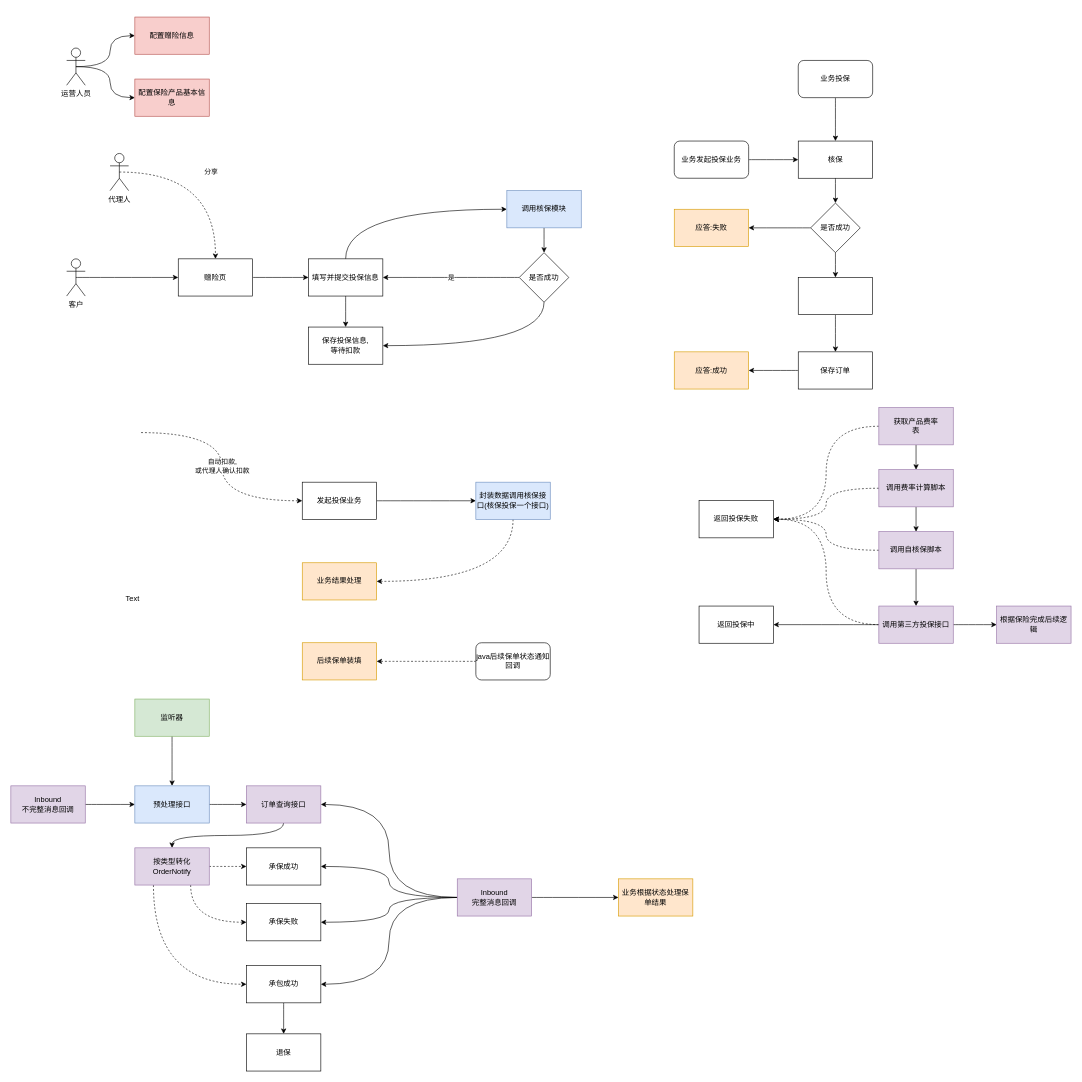
Before: StudyDemo/src/一份完整的赠险流程.drawio in keyeze/StudyPlace, a draw.io diagram. Source tidied: cells renumbered, new cells numbered last; positions are measured from the earlier drawing's top-left corner, leaving out a move shared by most shapes. Both pictures are drawn from the tidied source at 62%, with x=0, y=0 at pixel (11, 17).
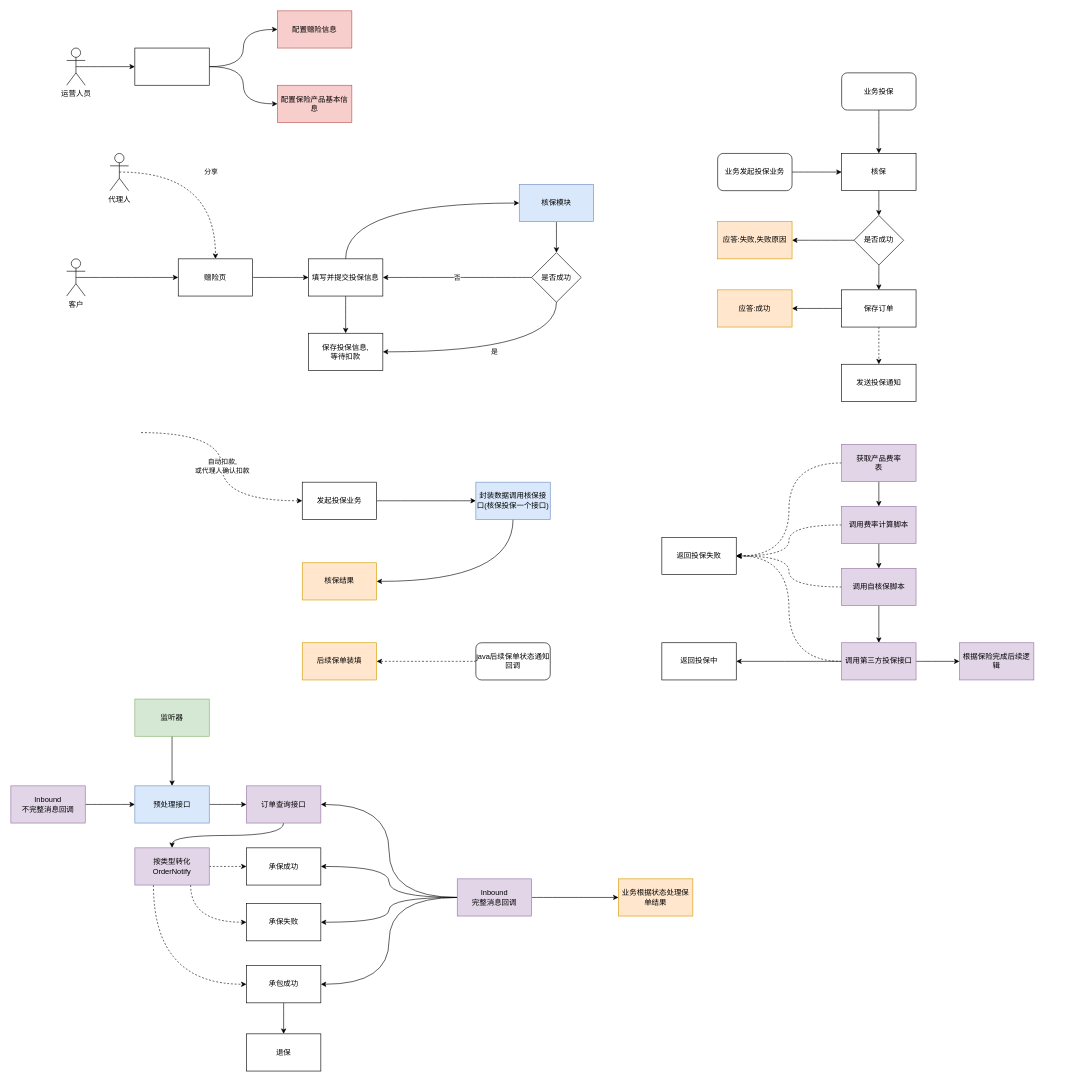
The same page after the edit.

Commit message:
更新一份完整的赠险流程.drawio

Unchanged cells that the change refers to:
```xml
<mxCell id="4" value="运营人员" style="shape=umlActor;verticalLabelPosition=bottom;labelBackgroundColor=#ffffff;verticalAlign=top;html=1;outlineConnect=0;" parent="1" vertex="1">
  <mxGeometry x="90" y="50" width="30" height="60" as="geometry" />
</mxCell>
<mxCell id="15" value="填写并提交投保信息" style="rounded=0;whiteSpace=wrap;html=1;" parent="1" vertex="1">
  <mxGeometry x="480" y="390" width="120" height="60" as="geometry" />
</mxCell>
<mxCell id="21" value="封装数据调用核保接口(核保投保一个接口)" style="rounded=0;whiteSpace=wrap;html=1;fillColor=#dae8fc;strokeColor=#6c8ebf;" parent="1" vertex="1">
  <mxGeometry x="750" y="750.2" width="120" height="60" as="geometry" />
</mxCell>
```

The edit, as a diff of the source:
```diff
@@
-    <mxCell id="2" style="edgeStyle=orthogonalEdgeStyle;curved=1;jettySize=auto;html=1;exitX=0.5;exitY=0.5;exitDx=0;exitDy=0;exitPerimeter=0;entryX=0;entryY=0.5;entryDx=0;entryDy=0;" parent="1" edge="1" source="4" target="5">
+    <mxCell id="2" style="edgeStyle=orthogonalEdgeStyle;curved=1;jettySize=auto;html=1;exitX=1;exitY=0.5;exitDx=0;exitDy=0;entryX=0;entryY=0.5;entryDx=0;entryDy=0;" parent="1" edge="1" source="87" target="5">
       <mxGeometry relative="1" as="geometry" />
     </mxCell>
-    <mxCell id="3" style="edgeStyle=orthogonalEdgeStyle;curved=1;jettySize=auto;html=1;exitX=0.5;exitY=0.5;exitDx=0;exitDy=0;exitPerimeter=0;entryX=0;entryY=0.5;entryDx=0;entryDy=0;" parent="1" edge="1" source="4" target="6">
+    <mxCell id="3" style="edgeStyle=orthogonalEdgeStyle;curved=1;jettySize=auto;html=1;exitX=1;exitY=0.5;exitDx=0;exitDy=0;entryX=0;entryY=0.5;entryDx=0;entryDy=0;" parent="1" edge="1" source="87" target="6">
       <mxGeometry relative="1" as="geometry" />
     </mxCell>
@@
     <mxCell id="5" value="配置赠险信息" style="rounded=0;whiteSpace=wrap;html=1;fillColor=#f8cecc;strokeColor=#b85450;" parent="1" vertex="1">
-      <mxGeometry x="200" width="120" height="60" as="geometry" />
+      <mxGeometry x="430" y="-10" width="120" height="60" as="geometry" />
     </mxCell>
     <mxCell id="6" value="配置保险产品基本信息" style="rounded=0;whiteSpace=wrap;html=1;fillColor=#f8cecc;strokeColor=#b85450;" parent="1" vertex="1">
-      <mxGeometry x="200" y="100" width="120" height="60" as="geometry" />
+      <mxGeometry x="430" y="110" width="120" height="60" as="geometry" />
     </mxCell>
@@
     <mxCell id="16" value="保存投保信息,&lt;br&gt;等待扣款" style="rounded=0;whiteSpace=wrap;html=1;" parent="1" vertex="1">
-      <mxGeometry x="480" y="500" width="120" height="60" as="geometry" />
+      <mxGeometry x="480" y="510" width="120" height="60" as="geometry" />
     </mxCell>
@@
-    <mxCell id="20" style="edgeStyle=orthogonalEdgeStyle;curved=1;jettySize=auto;html=1;exitX=0.5;exitY=1;exitDx=0;exitDy=0;entryX=1;entryY=0.5;entryDx=0;entryDy=0;dashed=1;strokeColor=#000000;" parent="1" edge="1" source="21" target="63">
+    <mxCell id="20" style="edgeStyle=orthogonalEdgeStyle;curved=1;jettySize=auto;html=1;exitX=0.5;exitY=1;exitDx=0;exitDy=0;entryX=1;entryY=0.5;entryDx=0;entryDy=0;strokeColor=#000000;" parent="1" edge="1" source="21" target="63">
       <mxGeometry relative="1" as="geometry" />
     </mxCell>
@@
     <mxCell id="48" value="获取产品费率&lt;br&gt;表" style="rounded=0;whiteSpace=wrap;html=1;fillColor=#e1d5e7;strokeColor=#9673a6;" parent="1" vertex="1">
-      <mxGeometry x="1400" y="630" width="120" height="60" as="geometry" />
+      <mxGeometry x="1340" y="689.2" width="120" height="60" as="geometry" />
     </mxCell>
@@
     <mxCell id="51" value="调用费率计算脚本" style="rounded=0;whiteSpace=wrap;html=1;fillColor=#e1d5e7;strokeColor=#9673a6;" parent="1" vertex="1">
-      <mxGeometry x="1400" y="730" width="120" height="60" as="geometry" />
+      <mxGeometry x="1340" y="789.2" width="120" height="60" as="geometry" />
     </mxCell>
@@
     <mxCell id="54" value="调用自核保脚本" style="rounded=0;whiteSpace=wrap;html=1;fillColor=#e1d5e7;strokeColor=#9673a6;" parent="1" vertex="1">
-      <mxGeometry x="1400" y="830" width="120" height="60" as="geometry" />
+      <mxGeometry x="1340" y="889.2" width="120" height="60" as="geometry" />
     </mxCell>
@@
     <mxCell id="58" value="调用第三方投保接口" style="rounded=0;whiteSpace=wrap;html=1;fillColor=#e1d5e7;strokeColor=#9673a6;" parent="1" vertex="1">
-      <mxGeometry x="1400" y="950" width="120" height="60" as="geometry" />
+      <mxGeometry x="1340" y="1009.2" width="120" height="60" as="geometry" />
     </mxCell>
     <mxCell id="59" value="返回投保中" style="rounded=0;whiteSpace=wrap;html=1;" parent="1" vertex="1">
-      <mxGeometry x="1110" y="950" width="120" height="60" as="geometry" />
+      <mxGeometry x="1050" y="1009.2" width="120" height="60" as="geometry" />
     </mxCell>
     <mxCell id="60" value="返回投保失败" style="rounded=0;whiteSpace=wrap;html=1;" parent="1" vertex="1">
-      <mxGeometry x="1110" y="780" width="120" height="60" as="geometry" />
+      <mxGeometry x="1050" y="839.2" width="120" height="60" as="geometry" />
     </mxCell>
@@
     <mxCell id="62" value="业务投保" style="rounded=1;whiteSpace=wrap;html=1;" parent="1" vertex="1">
-      <mxGeometry x="1270" y="70" width="120" height="60" as="geometry" />
+      <mxGeometry x="1340" y="90" width="120" height="60" as="geometry" />
     </mxCell>
-    <mxCell id="63" value="业务结果处理" style="rounded=0;whiteSpace=wrap;html=1;fillColor=#ffe6cc;strokeColor=#d79b00;" parent="1" vertex="1">
+    <mxCell id="63" value="核保结果" style="rounded=0;whiteSpace=wrap;html=1;fillColor=#ffe6cc;strokeColor=#d79b00;" parent="1" vertex="1">
       <mxGeometry x="470" y="880.2" width="120" height="60" as="geometry" />
     </mxCell>
     <mxCell id="64" value="根据保险完成后续逻辑" style="rounded=0;whiteSpace=wrap;html=1;fillColor=#e1d5e7;strokeColor=#9673a6;" parent="1" vertex="1">
-      <mxGeometry x="1590" y="950" width="120" height="60" as="geometry" />
+      <mxGeometry x="1530" y="1009.2" width="120" height="60" as="geometry" />
     </mxCell>
@@
-    <mxCell id="68" style="edgeStyle=orthogonalEdgeStyle;curved=1;jettySize=auto;html=1;exitX=0;exitY=0.5;exitDx=0;exitDy=0;entryX=1;entryY=0.5;entryDx=0;entryDy=0;" parent="1" edge="1" source="73" target="70">
+    <mxCell id="68" style="edgeStyle=orthogonalEdgeStyle;curved=1;jettySize=auto;html=1;exitX=0;exitY=0.5;exitDx=0;exitDy=0;entryX=1;entryY=0.5;entryDx=0;entryDy=0;" parent="1" edge="1" source="85" target="70">
       <mxGeometry relative="1" as="geometry" />
     </mxCell>
     <mxCell id="69" value="核保" style="rounded=0;whiteSpace=wrap;html=1;" parent="1" vertex="1">
-      <mxGeometry x="1270" y="200" width="120" height="60" as="geometry" />
+      <mxGeometry x="1340" y="220" width="120" height="60" as="geometry" />
     </mxCell>
     <mxCell id="70" value="应答:成功" style="rounded=0;whiteSpace=wrap;html=1;fillColor=#ffe6cc;strokeColor=#d79b00;" parent="1" vertex="1">
-      <mxGeometry x="1070" y="540" width="120" height="60" as="geometry" />
+      <mxGeometry x="1140" y="440" width="120" height="60" as="geometry" />
     </mxCell>
@@
     <mxCell id="72" value="业务发起投保业务" style="rounded=1;whiteSpace=wrap;html=1;" parent="1" vertex="1">
-      <mxGeometry x="1070" y="200" width="120" height="60" as="geometry" />
+      <mxGeometry x="1140" y="220" width="120" height="60" as="geometry" />
     </mxCell>
-    <mxCell id="73" value="保存订单" style="rounded=0;whiteSpace=wrap;html=1;" parent="1" vertex="1">
-      <mxGeometry x="1270" y="540" width="120" height="60" as="geometry" />
+    <mxCell id="73" value="发送投保通知" style="rounded=0;whiteSpace=wrap;html=1;" parent="1" vertex="1">
+      <mxGeometry x="1340" y="560" width="120" height="60" as="geometry" />
     </mxCell>
@@
     <mxCell id="75" value="是否成功" style="rhombus;whiteSpace=wrap;html=1;" parent="1" vertex="1">
-      <mxGeometry x="1290" y="300" width="80" height="80" as="geometry" />
+      <mxGeometry x="1360" y="320" width="80" height="80" as="geometry" />
     </mxCell>
@@
-    <mxCell id="77" value="应答:失败" style="rounded=0;whiteSpace=wrap;html=1;fillColor=#ffe6cc;strokeColor=#d79b00;" parent="1" vertex="1">
-      <mxGeometry x="1070" y="310" width="120" height="60" as="geometry" />
+    <mxCell id="77" value="应答:失败,失败原因" style="rounded=0;whiteSpace=wrap;html=1;fillColor=#ffe6cc;strokeColor=#d79b00;" parent="1" vertex="1">
+      <mxGeometry x="1140" y="330" width="120" height="60" as="geometry" />
     </mxCell>
@@
-    <mxCell id="79" value="调用核保模块" style="rounded=0;whiteSpace=wrap;html=1;fillColor=#dae8fc;strokeColor=#6c8ebf;" parent="1" vertex="1">
-      <mxGeometry x="800" y="280" width="120" height="60" as="geometry" />
+    <mxCell id="79" value="核保模块" style="rounded=0;whiteSpace=wrap;html=1;fillColor=#dae8fc;strokeColor=#6c8ebf;" parent="1" vertex="1">
+      <mxGeometry x="820" y="270" width="120" height="60" as="geometry" />
     </mxCell>
-    <mxCell id="80" style="edgeStyle=orthogonalEdgeStyle;curved=1;jettySize=auto;html=1;exitX=0.5;exitY=1;exitDx=0;exitDy=0;entryX=1;entryY=0.5;entryDx=0;entryDy=0;" parent="1" edge="1" source="82" target="16">
+    <mxCell id="80" value="否" style="edgeStyle=orthogonalEdgeStyle;curved=1;jettySize=auto;html=1;exitX=0;exitY=0.5;exitDx=0;exitDy=0;entryX=1;entryY=0.5;entryDx=0;entryDy=0;" parent="1" edge="1" source="82" target="15">
       <mxGeometry relative="1" as="geometry" />
     </mxCell>
-    <mxCell id="81" value="是" style="edgeStyle=orthogonalEdgeStyle;curved=1;jettySize=auto;html=1;exitX=0;exitY=0.5;exitDx=0;exitDy=0;entryX=1;entryY=0.5;entryDx=0;entryDy=0;" parent="1" edge="1" source="82" target="15">
+    <mxCell id="81" value="是" style="edgeStyle=orthogonalEdgeStyle;curved=1;jettySize=auto;html=1;exitX=0.5;exitY=1;exitDx=0;exitDy=0;entryX=1;entryY=0.5;entryDx=0;entryDy=0;" parent="1" edge="1" source="82" target="16">
       <mxGeometry relative="1" as="geometry" />
     </mxCell>
     <mxCell id="82" value="是否成功" style="rhombus;whiteSpace=wrap;html=1;" parent="1" vertex="1">
-      <mxGeometry x="820" y="380" width="80" height="80" as="geometry" />
+      <mxGeometry x="840" y="380" width="80" height="80" as="geometry" />
     </mxCell>
-    <mxCell id="83" value="Text" style="text;html=1;align=center;verticalAlign=middle;" parent="1" vertex="1">
-      <mxGeometry x="176" y="928" width="40" height="20" as="geometry" />
-    </mxCell>
-    <mxCell id="84" style="edgeStyle=orthogonalEdgeStyle;curved=1;jettySize=auto;html=1;exitX=0.5;exitY=1;exitDx=0;exitDy=0;entryX=0.5;entryY=0;entryDx=0;entryDy=0;" parent="1" edge="1" source="85" target="73">
+    <mxCell id="84" style="edgeStyle=orthogonalEdgeStyle;curved=1;jettySize=auto;html=1;exitX=0.5;exitY=1;exitDx=0;exitDy=0;entryX=0.5;entryY=0;entryDx=0;entryDy=0;dashed=1;" parent="1" edge="1" source="85" target="73">
       <mxGeometry relative="1" as="geometry" />
     </mxCell>
-    <mxCell id="85" style="rounded=0;whiteSpace=wrap;html=1;" parent="1" vertex="1">
-      <mxGeometry x="1270" y="420" width="120" height="60" as="geometry" />
+    <mxCell id="85" value="&lt;span style=&quot;white-space: normal&quot;&gt;保存订单&lt;/span&gt;" style="rounded=0;whiteSpace=wrap;html=1;" parent="1" vertex="1">
+      <mxGeometry x="1340" y="440" width="120" height="60" as="geometry" />
     </mxCell>
@@
+    <mxCell id="87" style="rounded=0;whiteSpace=wrap;html=1;" parent="1" vertex="1">
+      <mxGeometry x="200" y="50" width="120" height="60" as="geometry" />
+    </mxCell>
+    <mxCell id="88" style="edgeStyle=orthogonalEdgeStyle;curved=1;jettySize=auto;html=1;exitX=0.5;exitY=0.5;exitDx=0;exitDy=0;exitPerimeter=0;entryX=0;entryY=0.5;entryDx=0;entryDy=0;" parent="1" edge="1" source="4" target="87">
+      <mxGeometry relative="1" as="geometry" />
+    </mxCell>
```
